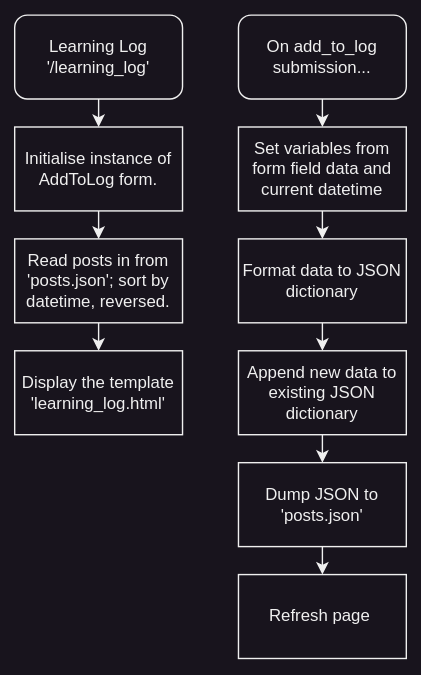
Before: res/flow_diagrams/Learning_Log.svg, a diagram exported from draw.io (corey-richardson/course-progress-tracker). Source tidied: cells renumbered, new cells last; positions are measured from the earlier drawing's top-left corner, leaving out a move shared by most shapes. Its diagram source:
```xml
<mxGraphModel>
  <root>
    <mxCell id="0" />
    <mxCell id="1" parent="0" />
    <mxCell id="2" style="edgeStyle=orthogonalEdgeStyle;rounded=0;jettySize=auto;html=1;exitX=0.5;exitY=1;exitDx=0;exitDy=0;entryX=0.5;entryY=0;entryDx=0;entryDy=0;" parent="1" edge="1" source="3" target="5">
      <mxGeometry relative="1" as="geometry" />
    </mxCell>
    <mxCell id="3" value="Learning Log&lt;br&gt;'/learning_log'" style="rounded=1;whiteSpace=wrap;html=1;" parent="1" vertex="1">
      <mxGeometry width="120" height="60" as="geometry" />
    </mxCell>
    <mxCell id="4" style="edgeStyle=orthogonalEdgeStyle;rounded=0;jettySize=auto;html=1;exitX=0.5;exitY=1;exitDx=0;exitDy=0;entryX=0.5;entryY=0;entryDx=0;entryDy=0;" parent="1" edge="1" source="5" target="7">
      <mxGeometry relative="1" as="geometry" />
    </mxCell>
    <mxCell id="5" value="Initialise instance of AddToLog form." style="rounded=0;whiteSpace=wrap;html=1;" parent="1" vertex="1">
      <mxGeometry y="80" width="120" height="60" as="geometry" />
    </mxCell>
    <mxCell id="6" style="edgeStyle=orthogonalEdgeStyle;rounded=0;jettySize=auto;html=1;exitX=0.5;exitY=1;exitDx=0;exitDy=0;entryX=0.5;entryY=0;entryDx=0;entryDy=0;" parent="1" edge="1" source="7" target="19">
      <mxGeometry relative="1" as="geometry" />
    </mxCell>
    <mxCell id="7" value="Read posts in from 'posts.json'; sort by datetime, reversed." style="rounded=0;whiteSpace=wrap;html=1;" parent="1" vertex="1">
      <mxGeometry y="160" width="120" height="60" as="geometry" />
    </mxCell>
    <mxCell id="8" style="edgeStyle=orthogonalEdgeStyle;rounded=0;jettySize=auto;html=1;exitX=0.5;exitY=1;exitDx=0;exitDy=0;entryX=0.5;entryY=0;entryDx=0;entryDy=0;" parent="1" edge="1" source="9" target="11">
      <mxGeometry relative="1" as="geometry" />
    </mxCell>
    <mxCell id="9" value="On add_to_log submission..." style="rounded=1;whiteSpace=wrap;html=1;" parent="1" vertex="1">
      <mxGeometry x="160" width="120" height="60" as="geometry" />
    </mxCell>
    <mxCell id="10" style="edgeStyle=orthogonalEdgeStyle;rounded=0;jettySize=auto;html=1;exitX=0.5;exitY=1;exitDx=0;exitDy=0;entryX=0.5;entryY=0;entryDx=0;entryDy=0;" parent="1" edge="1" source="11" target="13">
      <mxGeometry relative="1" as="geometry" />
    </mxCell>
    <mxCell id="11" value="Set variables from form field data and current datetime" style="rounded=0;whiteSpace=wrap;html=1;" parent="1" vertex="1">
      <mxGeometry x="160" y="80" width="120" height="60" as="geometry" />
    </mxCell>
    <mxCell id="12" style="edgeStyle=orthogonalEdgeStyle;rounded=0;jettySize=auto;html=1;exitX=0.5;exitY=1;exitDx=0;exitDy=0;entryX=0.5;entryY=0;entryDx=0;entryDy=0;" parent="1" edge="1" source="13" target="15">
      <mxGeometry relative="1" as="geometry" />
    </mxCell>
    <mxCell id="13" value="Format data to JSON dictionary" style="rounded=0;whiteSpace=wrap;html=1;" parent="1" vertex="1">
      <mxGeometry x="160" y="160" width="120" height="60" as="geometry" />
    </mxCell>
    <mxCell id="14" style="edgeStyle=orthogonalEdgeStyle;rounded=0;jettySize=auto;html=1;exitX=0.5;exitY=1;exitDx=0;exitDy=0;entryX=0.5;entryY=0;entryDx=0;entryDy=0;" parent="1" edge="1" source="15" target="17">
      <mxGeometry relative="1" as="geometry" />
    </mxCell>
    <mxCell id="15" value="Append new data to existing JSON dictionary" style="rounded=0;whiteSpace=wrap;html=1;" parent="1" vertex="1">
      <mxGeometry x="160" y="240" width="120" height="60" as="geometry" />
    </mxCell>
    <mxCell id="16" style="edgeStyle=orthogonalEdgeStyle;rounded=0;jettySize=auto;html=1;exitX=0.5;exitY=1;exitDx=0;exitDy=0;entryX=0.5;entryY=0;entryDx=0;entryDy=0;" parent="1" edge="1" source="17" target="18">
      <mxGeometry relative="1" as="geometry" />
    </mxCell>
    <mxCell id="17" value="Dump JSON to 'posts.json'" style="rounded=0;whiteSpace=wrap;html=1;" parent="1" vertex="1">
      <mxGeometry x="160" y="320" width="120" height="60" as="geometry" />
    </mxCell>
    <mxCell id="18" value="Refresh page&amp;nbsp;" style="rounded=0;whiteSpace=wrap;html=1;" parent="1" vertex="1">
      <mxGeometry x="160" y="400" width="120" height="60" as="geometry" />
    </mxCell>
    <mxCell id="19" value="Display the template&lt;br&gt;'learning_log.html'" style="rounded=0;whiteSpace=wrap;html=1;" parent="1" vertex="1">
      <mxGeometry y="240" width="120" height="60" as="geometry" />
    </mxCell>
  </root>
</mxGraphModel>
```
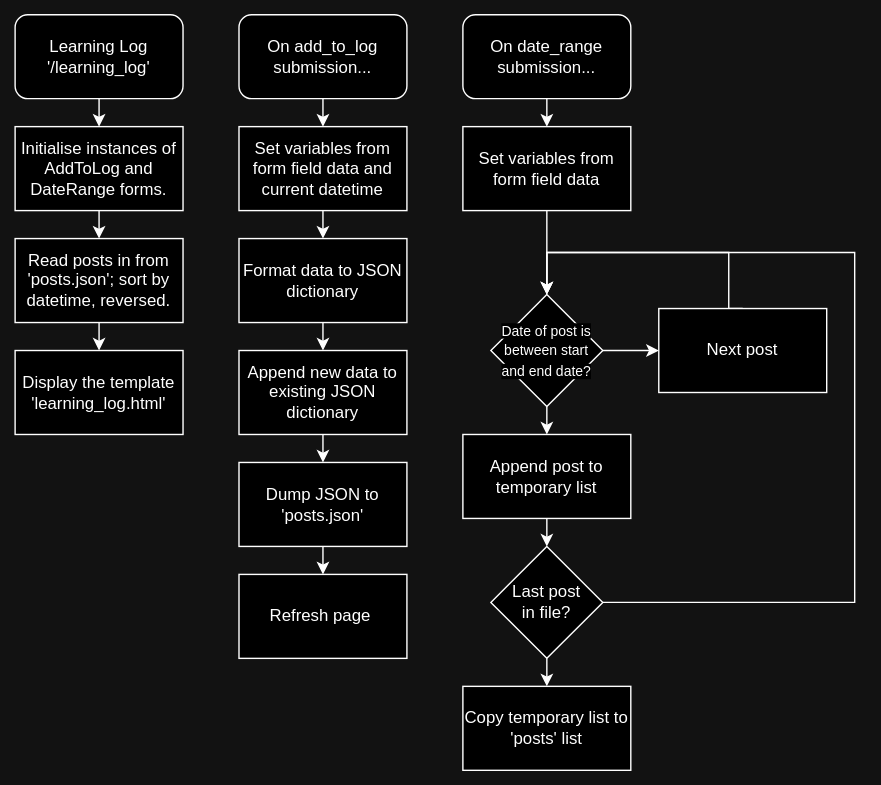
Above is the later version.

Commit message:
Added functionality to query subset of posts within a range of dates

What changed in the source:
```diff
@@ -11,7 +11,7 @@
     <mxCell id="4" style="edgeStyle=orthogonalEdgeStyle;rounded=0;jettySize=auto;html=1;exitX=0.5;exitY=1;exitDx=0;exitDy=0;entryX=0.5;entryY=0;entryDx=0;entryDy=0;" parent="1" edge="1" source="5" target="7">
       <mxGeometry relative="1" as="geometry" />
     </mxCell>
-    <mxCell id="5" value="Initialise instance of AddToLog form." style="rounded=0;whiteSpace=wrap;html=1;" parent="1" vertex="1">
+    <mxCell id="5" value="Initialise instances of AddToLog and DateRange forms." style="rounded=0;whiteSpace=wrap;html=1;" parent="1" vertex="1">
       <mxGeometry y="80" width="120" height="60" as="geometry" />
     </mxCell>
     <mxCell id="6" style="edgeStyle=orthogonalEdgeStyle;rounded=0;jettySize=auto;html=1;exitX=0.5;exitY=1;exitDx=0;exitDy=0;entryX=0.5;entryY=0;entryDx=0;entryDy=0;" parent="1" edge="1" source="7" target="19">
@@ -56,5 +56,61 @@
     <mxCell id="19" value="Display the template&lt;br&gt;'learning_log.html'" style="rounded=0;whiteSpace=wrap;html=1;" parent="1" vertex="1">
       <mxGeometry y="240" width="120" height="60" as="geometry" />
     </mxCell>
+    <mxCell id="20" style="edgeStyle=orthogonalEdgeStyle;rounded=0;jettySize=auto;html=1;exitX=0.5;exitY=1;exitDx=0;exitDy=0;entryX=0.5;entryY=0;entryDx=0;entryDy=0;" parent="1" edge="1" source="21" target="23">
+      <mxGeometry relative="1" as="geometry" />
+    </mxCell>
+    <mxCell id="21" value="On date_range submission..." style="rounded=1;whiteSpace=wrap;html=1;" parent="1" vertex="1">
+      <mxGeometry x="320" width="120" height="60" as="geometry" />
+    </mxCell>
+    <mxCell id="22" style="edgeStyle=orthogonalEdgeStyle;rounded=0;jettySize=auto;html=1;exitX=0.5;exitY=1;exitDx=0;exitDy=0;entryX=0.5;entryY=0;entryDx=0;entryDy=0;" parent="1" edge="1" source="23" target="26">
+      <mxGeometry relative="1" as="geometry" />
+    </mxCell>
+    <mxCell id="23" value="Set variables from form field data" style="rounded=0;whiteSpace=wrap;html=1;" parent="1" vertex="1">
+      <mxGeometry x="320" y="80" width="120" height="60" as="geometry" />
+    </mxCell>
+    <mxCell id="24" style="edgeStyle=orthogonalEdgeStyle;rounded=0;jettySize=auto;html=1;exitX=0.5;exitY=1;exitDx=0;exitDy=0;entryX=0.5;entryY=0;entryDx=0;entryDy=0;" parent="1" edge="1" source="26" target="28">
+      <mxGeometry relative="1" as="geometry" />
+    </mxCell>
+    <mxCell id="25" style="edgeStyle=orthogonalEdgeStyle;rounded=0;jettySize=auto;html=1;exitX=1;exitY=0.5;exitDx=0;exitDy=0;entryX=0;entryY=0.5;entryDx=0;entryDy=0;" parent="1" edge="1" source="26" target="33">
+      <mxGeometry relative="1" as="geometry" />
+    </mxCell>
+    <mxCell id="26" value="&lt;font style=&quot;font-size: 10px; background-color: rgb(255, 255, 255);&quot;&gt;Date of post is between start and end date?&lt;/font&gt;" style="rhombus;whiteSpace=wrap;html=1;" parent="1" vertex="1">
+      <mxGeometry x="340" y="200" width="80" height="80" as="geometry" />
+    </mxCell>
+    <mxCell id="27" style="edgeStyle=orthogonalEdgeStyle;rounded=0;jettySize=auto;html=1;exitX=0.5;exitY=1;exitDx=0;exitDy=0;entryX=0.5;entryY=0;entryDx=0;entryDy=0;" parent="1" edge="1" source="28" target="31">
+      <mxGeometry relative="1" as="geometry" />
+    </mxCell>
+    <mxCell id="28" value="Append post to temporary list" style="rounded=0;whiteSpace=wrap;html=1;" parent="1" vertex="1">
+      <mxGeometry x="320" y="300" width="120" height="60" as="geometry" />
+    </mxCell>
+    <mxCell id="29" style="edgeStyle=orthogonalEdgeStyle;rounded=0;jettySize=auto;html=1;exitX=1;exitY=0.5;exitDx=0;exitDy=0;entryX=0.5;entryY=0;entryDx=0;entryDy=0;" parent="1" edge="1" source="31" target="26">
+      <mxGeometry relative="1" as="geometry">
+        <Array as="points">
+          <mxPoint x="600" y="420" />
+          <mxPoint x="600" y="170" />
+          <mxPoint x="380" y="170" />
+        </Array>
+      </mxGeometry>
+    </mxCell>
+    <mxCell id="30" style="edgeStyle=orthogonalEdgeStyle;rounded=0;jettySize=auto;html=1;exitX=0.5;exitY=1;exitDx=0;exitDy=0;entryX=0.5;entryY=0;entryDx=0;entryDy=0;" parent="1" edge="1" source="31" target="34">
+      <mxGeometry relative="1" as="geometry" />
+    </mxCell>
+    <mxCell id="31" value="Last post &lt;br&gt;in file?" style="rhombus;whiteSpace=wrap;html=1;" parent="1" vertex="1">
+      <mxGeometry x="340" y="380" width="80" height="80" as="geometry" />
+    </mxCell>
+    <mxCell id="32" style="edgeStyle=orthogonalEdgeStyle;rounded=0;jettySize=auto;html=1;exitX=0.5;exitY=0;exitDx=0;exitDy=0;entryX=0.5;entryY=0;entryDx=0;entryDy=0;" parent="1" edge="1" source="33" target="26">
+      <mxGeometry relative="1" as="geometry">
+        <Array as="points">
+          <mxPoint x="510" y="170" />
+          <mxPoint x="380" y="170" />
+        </Array>
+      </mxGeometry>
+    </mxCell>
+    <mxCell id="33" value="Next post" style="rounded=0;whiteSpace=wrap;html=1;" parent="1" vertex="1">
+      <mxGeometry x="460" y="210" width="120" height="60" as="geometry" />
+    </mxCell>
+    <mxCell id="34" value="Copy temporary list to&lt;br&gt;'posts' list" style="rounded=0;whiteSpace=wrap;html=1;" parent="1" vertex="1">
+      <mxGeometry x="320" y="480" width="120" height="60" as="geometry" />
+    </mxCell>
   </root>
 </mxGraphModel>
```
